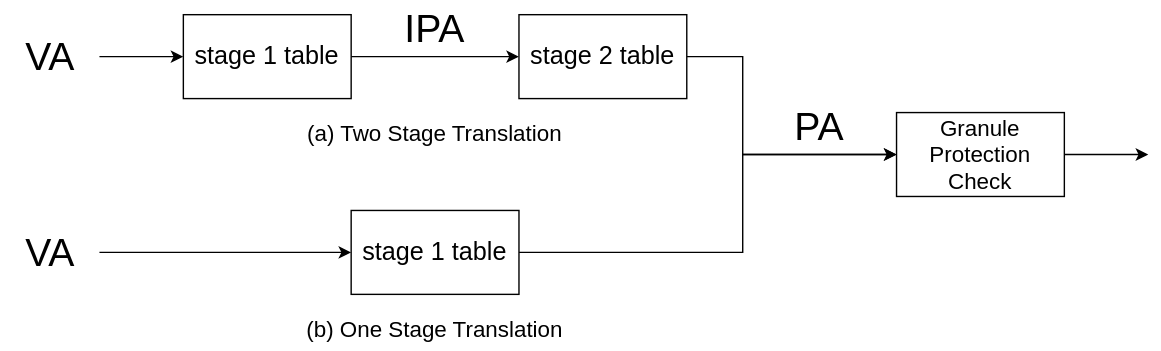
Above: gpc2.svg in EdisonE3/vue_learn (draw.io), before the change. Source tidied: cells renumbered, new cells last; positions are measured from the earlier drawing's top-left corner, leaving out a move shared by most shapes.
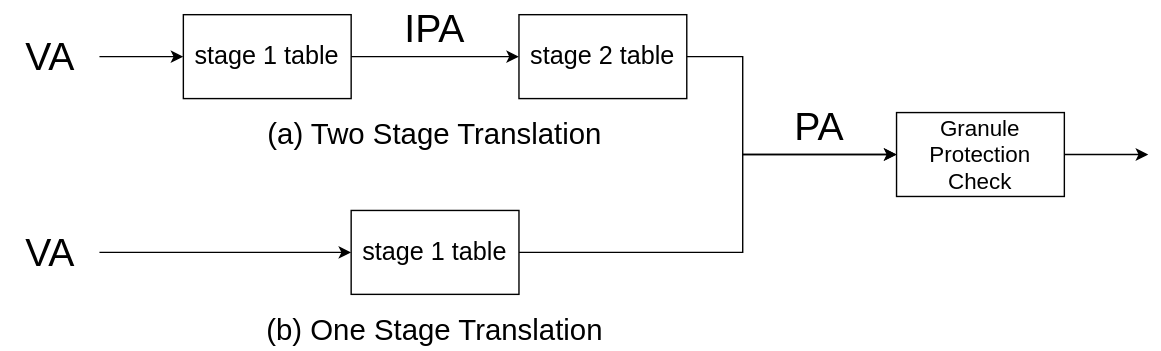
The same file after the commit.

The edit, as a diff of the source:
```diff
@@ -60,11 +60,11 @@
     <mxCell id="15" value="&lt;font style=&quot;font-size: 28px;&quot;&gt;PA&lt;/font&gt;" style="text;html=1;strokeColor=none;fillColor=none;align=center;verticalAlign=middle;whiteSpace=wrap;rounded=0;" parent="1" vertex="1">
       <mxGeometry x="550" y="70" width="70" height="40" as="geometry" />
     </mxCell>
-    <mxCell id="16" value="(a) Two Stage Translation" style="text;html=1;strokeColor=none;fillColor=none;align=center;verticalAlign=middle;whiteSpace=wrap;rounded=0;fontSize=16;" parent="1" vertex="1">
-      <mxGeometry x="200" y="80" width="220" height="30" as="geometry" />
+    <mxCell id="16" value="&lt;font style=&quot;font-size: 21px;&quot;&gt;(a) Two Stage Translation&lt;/font&gt;" style="text;html=1;strokeColor=none;fillColor=none;align=center;verticalAlign=middle;whiteSpace=wrap;rounded=0;fontSize=21;" parent="1" vertex="1">
+      <mxGeometry x="180" y="80" width="260" height="30" as="geometry" />
     </mxCell>
-    <mxCell id="17" value="(b) One Stage Translation" style="text;html=1;strokeColor=none;fillColor=none;align=center;verticalAlign=middle;whiteSpace=wrap;rounded=0;fontSize=16;" parent="1" vertex="1">
-      <mxGeometry x="200" y="220" width="220" height="30" as="geometry" />
+    <mxCell id="17" value="(b) One Stage Translation" style="text;html=1;strokeColor=none;fillColor=none;align=center;verticalAlign=middle;whiteSpace=wrap;rounded=0;fontSize=21;" parent="1" vertex="1">
+      <mxGeometry x="185" y="220" width="250" height="30" as="geometry" />
     </mxCell>
   </root>
 </mxGraphModel>
```
